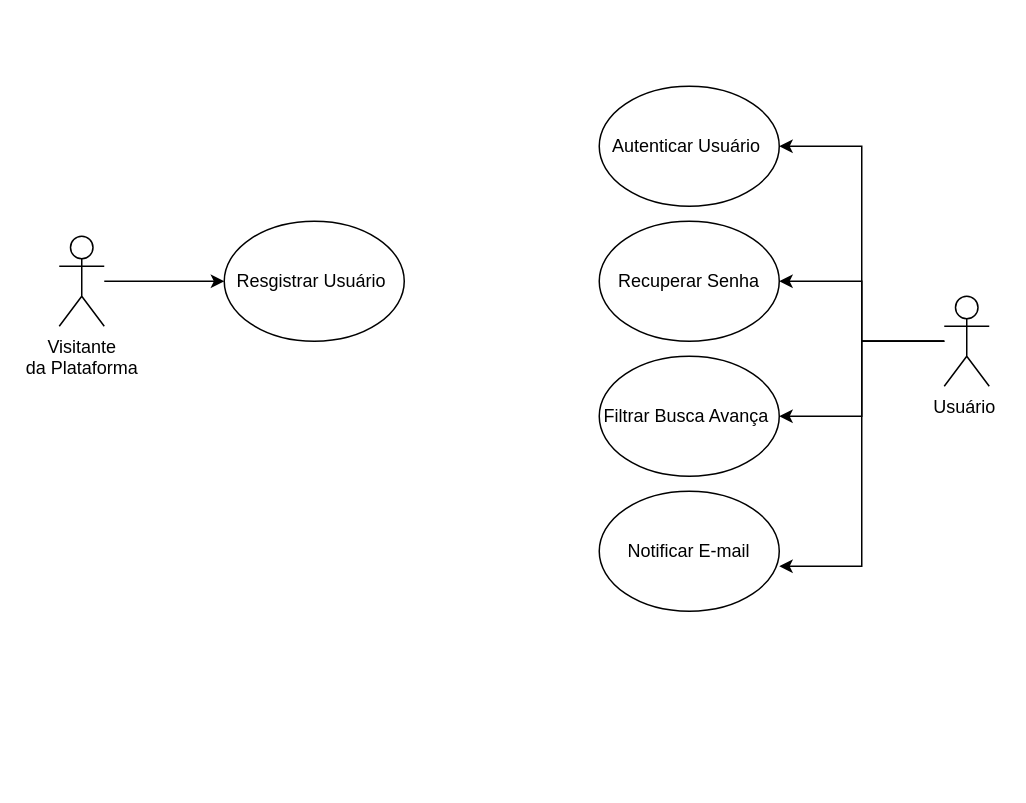
joaomaiavn/Crud keeps this draw.io diagram as Diagrama sem nome.drawio. Above is the earlier version. Source tidied: cells renumbered, new cells numbered last; positions are measured from the earlier drawing's top-left corner, leaving out a move shared by most shapes. Both pictures are drawn from the tidied source at 150%, with x=0, y=0 at pixel (58, 86).
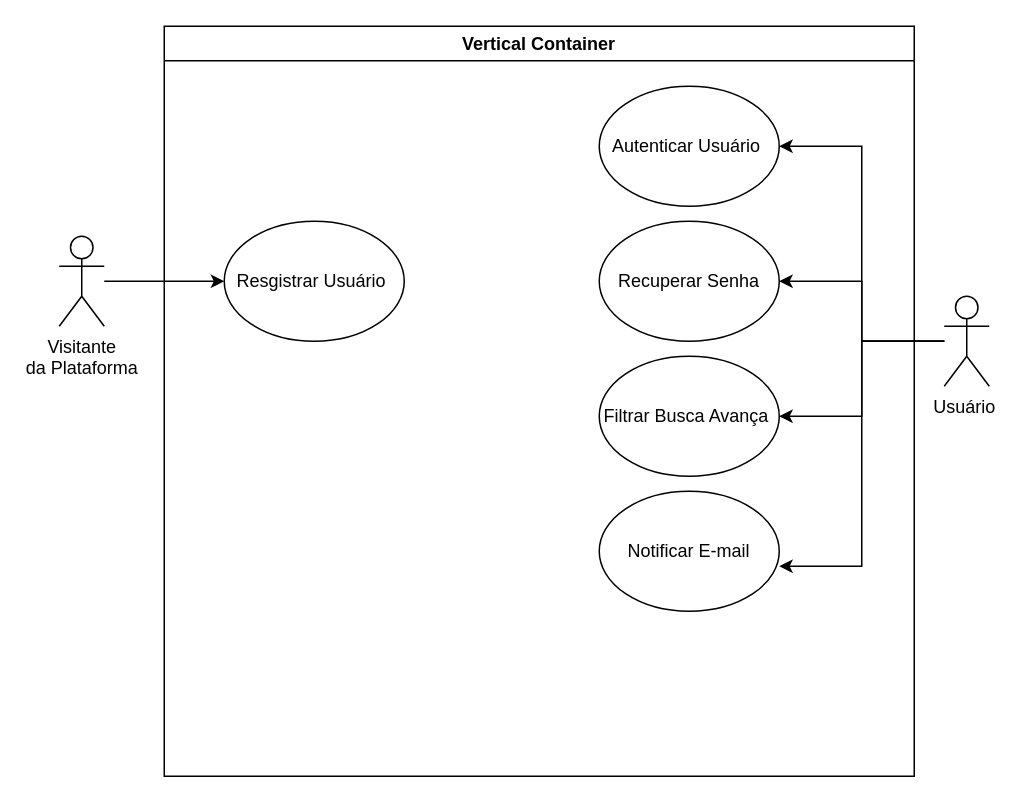
The same diagram, later.

Change to the diagram source:
```diff
@@
 <mxGraphModel>
   <root>
     <mxCell id="0" />
     <mxCell id="1" parent="0" />
     <mxCell id="2" style="edgeStyle=orthogonalEdgeStyle;rounded=0;jettySize=auto;html=1;entryX=0;entryY=0.5;entryDx=0;entryDy=0;" parent="1" edge="1" source="3" target="8">
       <mxGeometry relative="1" as="geometry" />
     </mxCell>
     <mxCell id="3" value="Visitante&lt;div&gt;da Plataforma&lt;/div&gt;" style="shape=umlActor;verticalLabelPosition=bottom;verticalAlign=top;html=1;outlineConnect=0;" parent="1" vertex="1">
       <mxGeometry y="100" width="30" height="60" as="geometry" />
     </mxCell>
     <mxCell id="4" style="edgeStyle=orthogonalEdgeStyle;rounded=0;jettySize=auto;html=1;entryX=1;entryY=0.5;entryDx=0;entryDy=0;" parent="1" edge="1" source="7" target="12">
       <mxGeometry relative="1" as="geometry" />
     </mxCell>
     <mxCell id="5" style="edgeStyle=orthogonalEdgeStyle;rounded=0;jettySize=auto;html=1;" parent="1" edge="1" source="7" target="10">
       <mxGeometry relative="1" as="geometry" />
     </mxCell>
     <mxCell id="6" style="edgeStyle=orthogonalEdgeStyle;rounded=0;jettySize=auto;html=1;" parent="1" edge="1" source="7" target="11">
       <mxGeometry relative="1" as="geometry" />
     </mxCell>
     <mxCell id="7" value="Usuário&amp;nbsp;" style="shape=umlActor;verticalLabelPosition=bottom;verticalAlign=top;html=1;outlineConnect=0;" parent="1" vertex="1">
       <mxGeometry x="590" y="140" width="30" height="60" as="geometry" />
     </mxCell>
     <mxCell id="8" value="Resgistrar Usuário&amp;nbsp;" style="ellipse;whiteSpace=wrap;html=1;" parent="1" vertex="1">
       <mxGeometry x="110" y="90" width="120" height="80" as="geometry" />
     </mxCell>
     <mxCell id="9" value="Notificar E-mail" style="ellipse;whiteSpace=wrap;html=1;" parent="1" vertex="1">
       <mxGeometry x="360" y="270" width="120" height="80" as="geometry" />
     </mxCell>
     <mxCell id="10" value="Filtrar Busca Avança&amp;nbsp;" style="ellipse;whiteSpace=wrap;html=1;" parent="1" vertex="1">
       <mxGeometry x="360" y="180" width="120" height="80" as="geometry" />
     </mxCell>
     <mxCell id="11" value="Recuperar Senha" style="ellipse;whiteSpace=wrap;html=1;" parent="1" vertex="1">
       <mxGeometry x="360" y="90" width="120" height="80" as="geometry" />
     </mxCell>
     <mxCell id="12" value="Autenticar Usuário&amp;nbsp;" style="ellipse;whiteSpace=wrap;html=1;" parent="1" vertex="1">
       <mxGeometry x="360" width="120" height="80" as="geometry" />
     </mxCell>
     <mxCell id="13" style="edgeStyle=orthogonalEdgeStyle;rounded=0;jettySize=auto;html=1;entryX=1;entryY=0.625;entryDx=0;entryDy=0;entryPerimeter=0;" parent="1" edge="1" source="7" target="9">
       <mxGeometry relative="1" as="geometry" />
     </mxCell>
+    <mxCell id="14" value="Vertical Container" style="swimlane;whiteSpace=wrap;html=1;" parent="1" vertex="1">
+      <mxGeometry x="70" y="-40" width="500" height="500" as="geometry" />
+    </mxCell>
   </root>
 </mxGraphModel>
```
